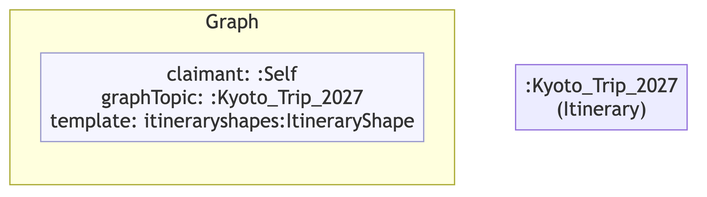
Earlier version of the Mermaid export example/graphs/images/graph-69.png (MeeFoundation/mia-ontologies). Its source is kept beside it as example/graphs/images/graph-69.mmd.
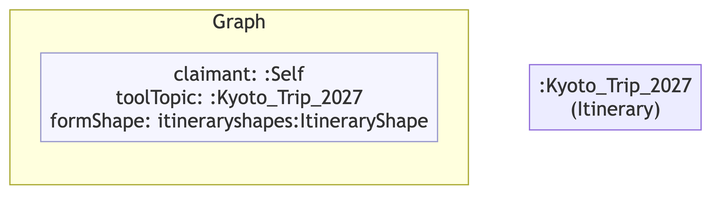
After the commit.

Diff of the diagram source:
```diff
@@ -7,7 +7,7 @@
 
     subgraph ctx["Graph"]
         direction LR
-        ctx_meta["claimant: :Self\ngraphTopic: :Kyoto_Trip_2027\ntemplate: itineraryshapes:ItineraryShape"]:::meta
+        ctx_meta["claimant: :Self\ntoolTopic: :Kyoto_Trip_2027\nformShape: itineraryshapes:ItineraryShape"]:::meta
     end
 
-    nd86bc17c484e[":Kyoto_Trip_2027\n(Itinerary)"]
+    n33b3ca3d2a86[":Kyoto_Trip_2027\n(Itinerary)"]
```
